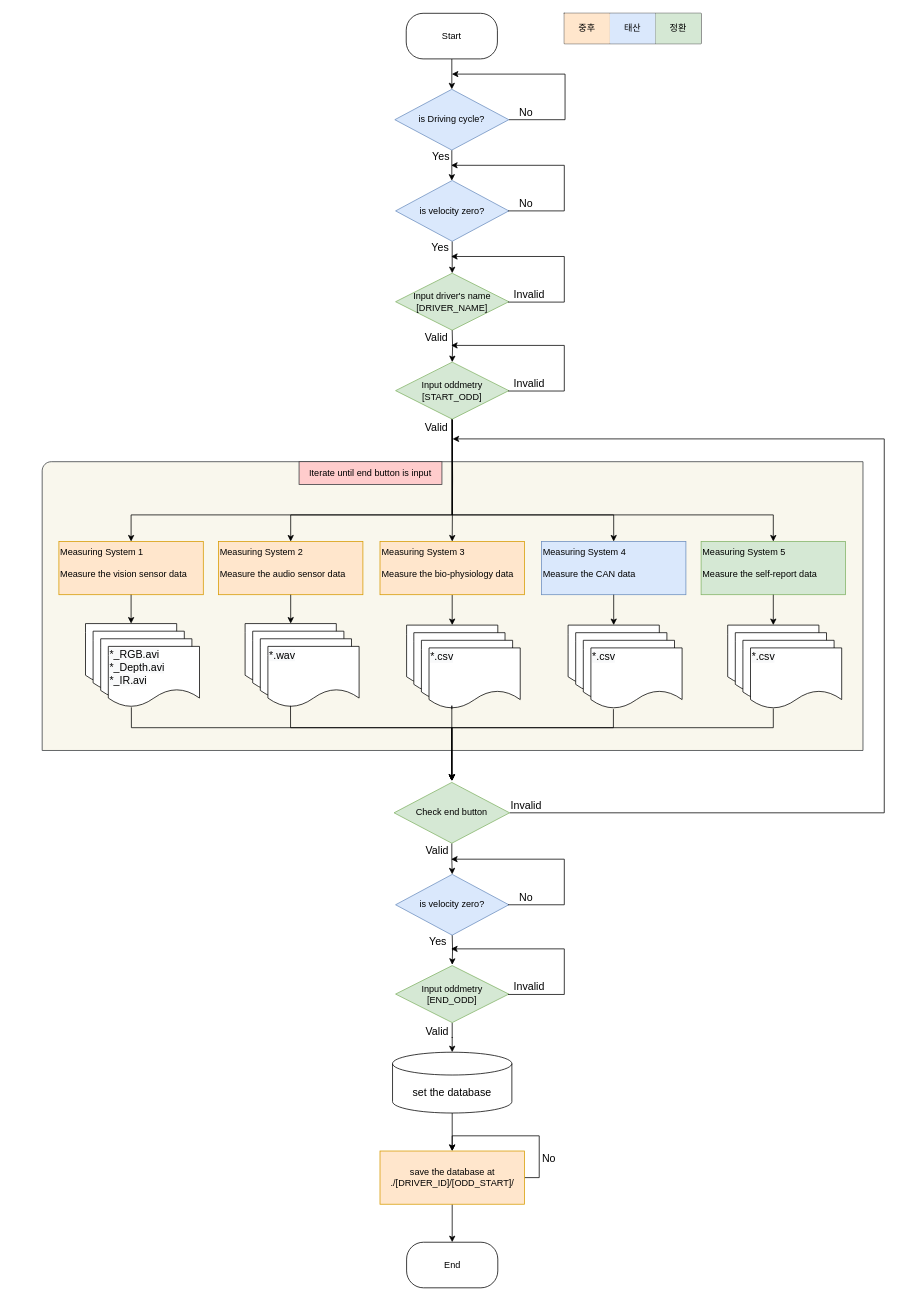
The draw.io diagram SystemFlowDiagram.drawio in gsethan17/DMS, before the edit. Source tidied: cells renumbered, new cells numbered last; positions are measured from the earlier drawing's top-left corner, leaving out a move shared by most shapes. Both pictures are drawn from the tidied source at 76%, with x=0, y=0 at pixel (42, 13).
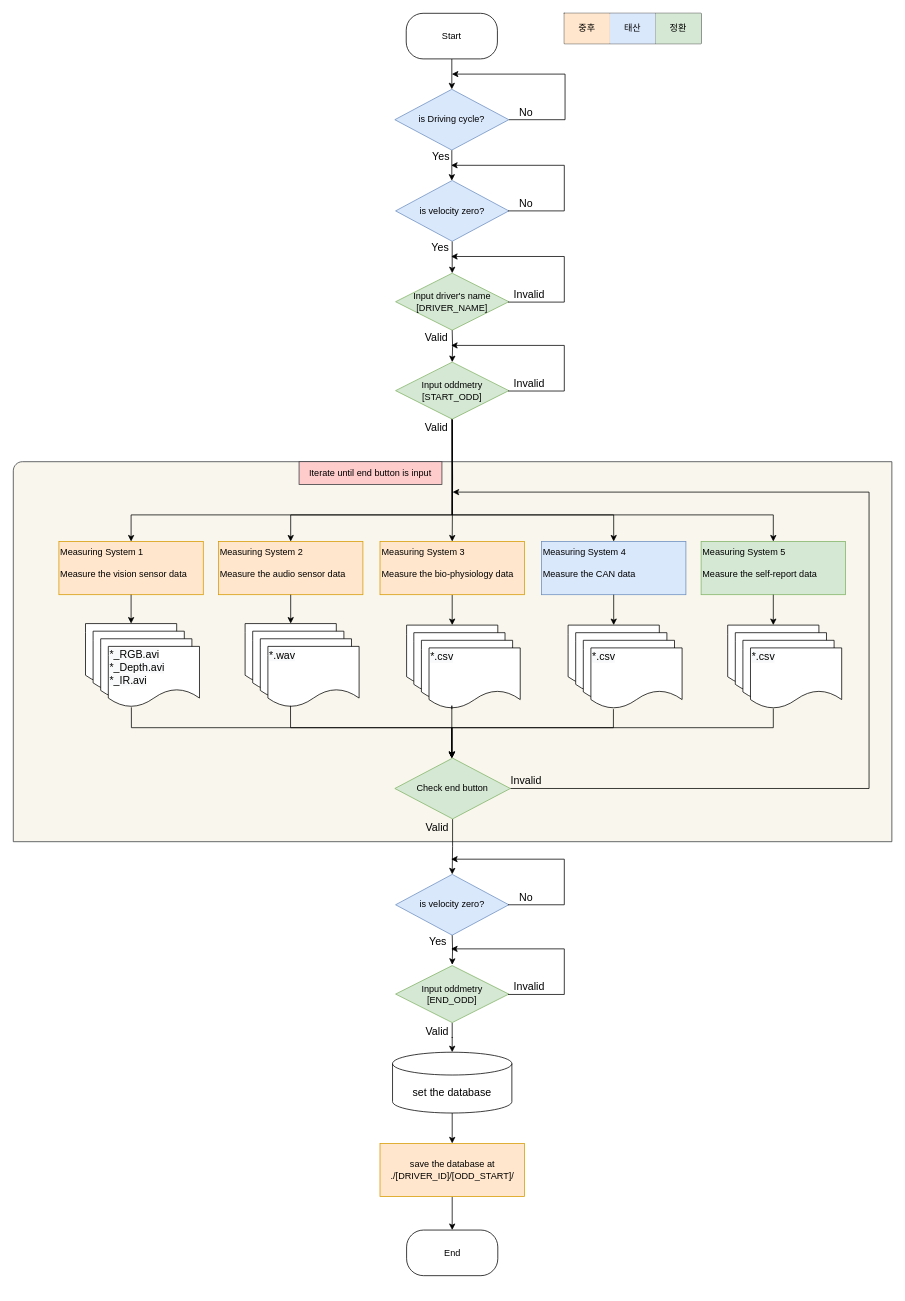
Above is the later version.

The change refers to these unchanged cells:
```xml
<mxCell id="22" value="&#10;&#10;&lt;span style=&quot;color: rgb(0, 0, 0); font-family: helvetica; font-size: 14px; font-style: normal; font-weight: 400; letter-spacing: normal; text-indent: 0px; text-transform: none; word-spacing: 0px; background-color: rgb(248, 249, 250); display: inline; float: none;&quot;&gt;*_RGB.avi&lt;/span&gt;&lt;br style=&quot;color: rgb(0, 0, 0); font-family: helvetica; font-size: 14px; font-style: normal; font-weight: 400; letter-spacing: normal; text-indent: 0px; text-transform: none; word-spacing: 0px; background-color: rgb(248, 249, 250);&quot;&gt;&lt;span style=&quot;color: rgb(0, 0, 0); font-family: helvetica; font-size: 14px; font-style: normal; font-weight: 400; letter-spacing: normal; text-indent: 0px; text-transform: none; word-spacing: 0px; background-color: rgb(248, 249, 250); display: inline; float: none;&quot;&gt;*_Depth.avi&lt;/span&gt;&lt;br style=&quot;color: rgb(0, 0, 0); font-family: helvetica; font-size: 14px; font-style: normal; font-weight: 400; letter-spacing: normal; text-indent: 0px; text-transform: none; word-spacing: 0px; background-color: rgb(248, 249, 250);&quot;&gt;&lt;span style=&quot;color: rgb(0, 0, 0); font-family: helvetica; font-size: 14px; font-style: normal; font-weight: 400; letter-spacing: normal; text-indent: 0px; text-transform: none; word-spacing: 0px; background-color: rgb(248, 249, 250); display: inline; float: none;&quot;&gt;*_IR.avi&lt;/span&gt;&#10;&#10;" style="shape=document;whiteSpace=wrap;html=1;boundedLbl=1;fontSize=14;align=left;verticalAlign=middle;" parent="1" vertex="1">
  <mxGeometry x="87" y="833" width="120" height="80" as="geometry" />
</mxCell>
<mxCell id="30" value="&#10;&#10;&lt;span style=&quot;color: rgb(0, 0, 0); font-family: helvetica; font-size: 14px; font-style: normal; font-weight: 400; letter-spacing: normal; text-align: left; text-indent: 0px; text-transform: none; word-spacing: 0px; background-color: rgb(248, 249, 250); display: inline; float: none;&quot;&gt;*.wav&lt;/span&gt;&#10;&#10;" style="shape=document;whiteSpace=wrap;html=1;boundedLbl=1;fontSize=14;align=left;verticalAlign=bottom;" parent="1" vertex="1">
  <mxGeometry x="297" y="833" width="120" height="80" as="geometry" />
</mxCell>
<mxCell id="34" value="&#10;&#10;&lt;span style=&quot;color: rgb(0, 0, 0); font-family: helvetica; font-size: 14px; font-style: normal; font-weight: 400; letter-spacing: normal; text-align: left; text-indent: 0px; text-transform: none; word-spacing: 0px; background-color: rgb(248, 249, 250); display: inline; float: none;&quot;&gt;*.csv&lt;/span&gt;&#10;&#10;" style="shape=document;whiteSpace=wrap;html=1;boundedLbl=1;fontSize=14;align=left;verticalAlign=bottom;" parent="1" vertex="1">
  <mxGeometry x="509" y="835" width="120" height="80" as="geometry" />
</mxCell>
<mxCell id="38" value="&#10;&#10;&lt;span style=&quot;color: rgb(0, 0, 0); font-family: helvetica; font-size: 14px; font-style: normal; font-weight: 400; letter-spacing: normal; text-align: left; text-indent: 0px; text-transform: none; word-spacing: 0px; background-color: rgb(248, 249, 250); display: inline; float: none;&quot;&gt;*.csv&lt;/span&gt;&#10;&#10;" style="shape=document;whiteSpace=wrap;html=1;boundedLbl=1;fontSize=14;align=left;verticalAlign=bottom;" parent="1" vertex="1">
  <mxGeometry x="722" y="835" width="120" height="80" as="geometry" />
</mxCell>
<mxCell id="43" value="&#10;&#10;&lt;span style=&quot;color: rgb(0, 0, 0); font-family: helvetica; font-size: 14px; font-style: normal; font-weight: 400; letter-spacing: normal; text-align: left; text-indent: 0px; text-transform: none; word-spacing: 0px; background-color: rgb(248, 249, 250); display: inline; float: none;&quot;&gt;*.csv&lt;/span&gt;&#10;&#10;" style="shape=document;whiteSpace=wrap;html=1;boundedLbl=1;fontSize=14;align=left;verticalAlign=bottom;" parent="1" vertex="1">
  <mxGeometry x="932" y="835" width="120" height="80" as="geometry" />
</mxCell>
```

The edit, as a diff of the source:
```diff
@@
     <mxCell id="2" style="verticalLabelPosition=bottom;verticalAlign=top;html=1;shape=mxgraph.basic.corner_round_rect;dx=6;fillColor=#f9f7ed;strokeColor=#36393d;" parent="1" vertex="1">
-      <mxGeometry y="590" width="1080" height="380" as="geometry" />
+      <mxGeometry x="-38" y="590" width="1156" height="500" as="geometry" />
     </mxCell>
@@
     <mxCell id="13" style="edgeStyle=orthogonalEdgeStyle;rounded=0;jettySize=auto;html=1;exitX=1;exitY=0.5;exitDx=0;exitDy=0;fontSize=14;" parent="1" edge="1" source="15">
       <mxGeometry relative="1" as="geometry">
-        <mxPoint x="540" y="560" as="targetPoint" />
+        <mxPoint x="540" y="630" as="targetPoint" />
         <Array as="points">
-          <mxPoint x="1108" y="1052" />
-          <mxPoint x="1108" y="560" />
+          <mxPoint x="1088" y="1020" />
+          <mxPoint x="1088" y="630" />
+          <mxPoint x="540" y="630" />
         </Array>
       </mxGeometry>
     </mxCell>
@@
     <mxCell id="15" value="Check end button" style="rhombus;whiteSpace=wrap;html=1;fillColor=#d5e8d4;strokeColor=#82b366;" parent="1" vertex="1">
-      <mxGeometry x="463" y="1012" width="152" height="80" as="geometry" />
+      <mxGeometry x="464" y="980" width="152" height="80" as="geometry" />
     </mxCell>
@@
-    <mxCell id="45" style="edgeStyle=orthogonalEdgeStyle;rounded=0;orthogonalLoop=1;jettySize=auto;html=1;fontSize=14;exitX=1;exitY=0.5;exitDx=0;exitDy=0;entryX=0.5;entryY=0;entryDx=0;entryDy=0;" parent="1" edge="1" source="46" target="46">
-      <mxGeometry relative="1" as="geometry">
-        <Array as="points">
-          <mxPoint x="654" y="1532" />
-          <mxPoint x="654" y="1477" />
-          <mxPoint x="540" y="1477" />
-        </Array>
-      </mxGeometry>
-    </mxCell>
     <mxCell id="46" value="save the database at&lt;br&gt;./[DRIVER_ID]/[ODD_START]/" style="whiteSpace=wrap;html=1;align=center;verticalAlign=middle;fillColor=#ffe6cc;strokeColor=#d79b00;" parent="1" vertex="1">
-      <mxGeometry x="444.5" y="1497" width="190" height="70" as="geometry" />
+      <mxGeometry x="444.5" y="1487" width="190" height="70" as="geometry" />
     </mxCell>
@@
     <mxCell id="51" value="End" style="rounded=1;whiteSpace=wrap;html=1;arcSize=37;" parent="1" vertex="1">
-      <mxGeometry x="479.5" y="1617" width="120" height="60" as="geometry" />
+      <mxGeometry x="479.5" y="1601" width="120" height="60" as="geometry" />
     </mxCell>
     <mxCell id="52" style="edgeStyle=orthogonalEdgeStyle;rounded=0;jettySize=auto;html=1;fontSize=14;exitX=0.25;exitY=1.007;exitDx=0;exitDy=0;exitPerimeter=0;" parent="1" edge="1" source="34">
       <mxGeometry relative="1" as="geometry">
-        <mxPoint x="539" y="1010" as="targetPoint" />
+        <mxPoint x="539" y="980" as="targetPoint" />
         <Array as="points">
           <mxPoint x="539" y="911" />
           <mxPoint x="539" y="911" />
         </Array>
       </mxGeometry>
     </mxCell>
     <mxCell id="53" style="edgeStyle=orthogonalEdgeStyle;rounded=0;jettySize=auto;html=1;fontSize=14;exitX=0.248;exitY=0.977;exitDx=0;exitDy=0;exitPerimeter=0;" parent="1" edge="1" source="30">
       <mxGeometry relative="1" as="geometry">
-        <mxPoint x="539" y="1010" as="targetPoint" />
+        <mxPoint x="539" y="980" as="targetPoint" />
         <Array as="points">
           <mxPoint x="327" y="940" />
           <mxPoint x="539" y="940" />
         </Array>
       </mxGeometry>
     </mxCell>
     <mxCell id="54" style="edgeStyle=orthogonalEdgeStyle;rounded=0;jettySize=auto;html=1;fontSize=14;exitX=0.253;exitY=1.002;exitDx=0;exitDy=0;exitPerimeter=0;" parent="1" edge="1" source="22">
       <mxGeometry relative="1" as="geometry">
-        <mxPoint x="539" y="1010" as="targetPoint" />
+        <mxPoint x="539" y="980" as="targetPoint" />
         <Array as="points">
           <mxPoint x="117" y="940" />
           <mxPoint x="539" y="940" />
         </Array>
       </mxGeometry>
     </mxCell>
     <mxCell id="55" style="edgeStyle=orthogonalEdgeStyle;rounded=0;jettySize=auto;html=1;fontSize=14;exitX=0.247;exitY=1.007;exitDx=0;exitDy=0;exitPerimeter=0;" parent="1" edge="1" source="38">
       <mxGeometry relative="1" as="geometry">
-        <mxPoint x="539" y="1010" as="targetPoint" />
+        <mxPoint x="539" y="980" as="targetPoint" />
         <Array as="points">
           <mxPoint x="752" y="940" />
           <mxPoint x="539" y="940" />
         </Array>
       </mxGeometry>
     </mxCell>
     <mxCell id="56" style="edgeStyle=orthogonalEdgeStyle;rounded=0;jettySize=auto;html=1;fontSize=14;exitX=0.25;exitY=0.997;exitDx=0;exitDy=0;exitPerimeter=0;" parent="1" edge="1" source="43">
       <mxGeometry relative="1" as="geometry">
-        <mxPoint x="539" y="1010" as="targetPoint" />
+        <mxPoint x="539" y="980" as="targetPoint" />
         <Array as="points">
           <mxPoint x="962" y="940" />
           <mxPoint x="539" y="940" />
         </Array>
       </mxGeometry>
     </mxCell>
@@
     <mxCell id="70" value="Valid" style="text;html=1;strokeColor=none;fillColor=none;align=center;verticalAlign=middle;whiteSpace=wrap;rounded=0;fontSize=14;" parent="1" vertex="1">
-      <mxGeometry x="500" y="1092" width="40" height="20" as="geometry" />
+      <mxGeometry x="500" y="1061" width="40" height="20" as="geometry" />
     </mxCell>
     <mxCell id="71" value="Invalid" style="text;html=1;strokeColor=none;fillColor=none;align=center;verticalAlign=middle;whiteSpace=wrap;rounded=0;fontSize=14;" parent="1" vertex="1">
-      <mxGeometry x="617" y="1032" width="40" height="20" as="geometry" />
+      <mxGeometry x="617" y="1000" width="40" height="20" as="geometry" />
     </mxCell>
@@
-    <mxCell id="75" value="No" style="text;html=1;strokeColor=none;fillColor=none;align=center;verticalAlign=middle;whiteSpace=wrap;rounded=0;fontSize=14;" parent="1" vertex="1">
-      <mxGeometry x="647" y="1497" width="40" height="20" as="geometry" />
-    </mxCell>
```
